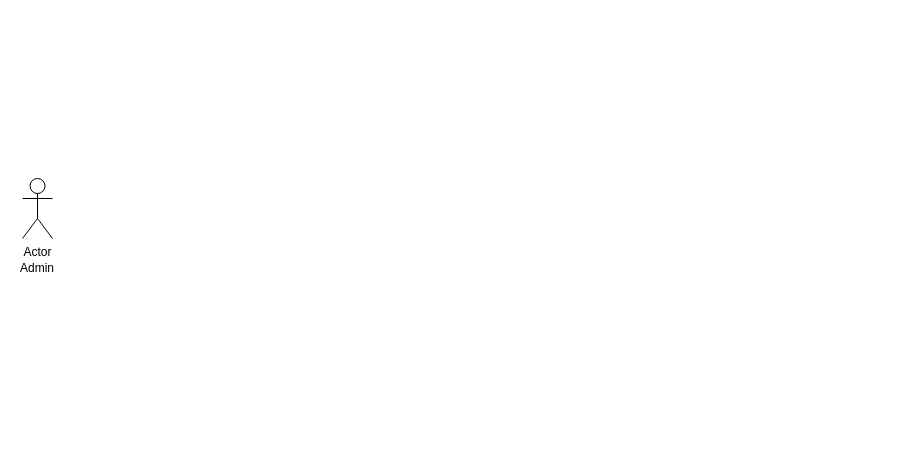
Above: Use Case Diagram.drawio in chengpha/TBD_Group_Project_P2 (draw.io), before the change. Source tidied: cells renumbered, new cells numbered last; positions are measured from the earlier drawing's top-left corner, leaving out a move shared by most shapes. Both pictures are drawn from the tidied source at 100%, with x=0, y=0 at pixel (17, 178).
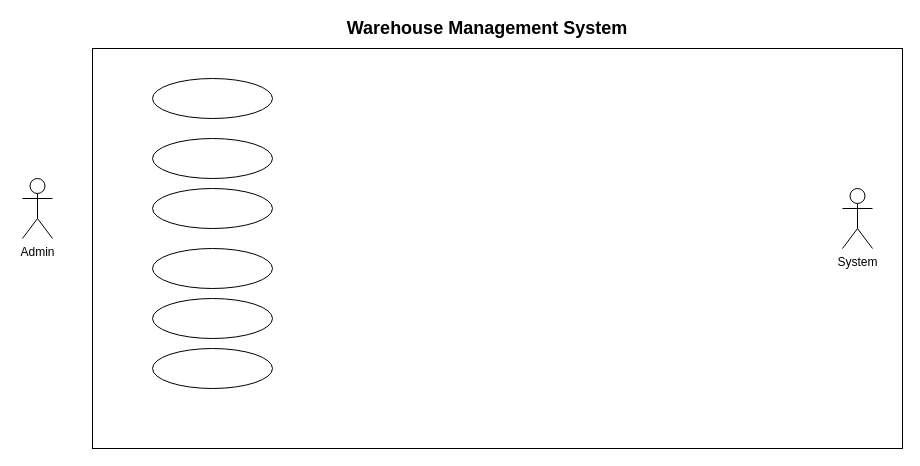
The same page after the edit.

Diff of the diagram source:
```diff
@@
 <mxGraphModel>
   <root>
     <mxCell id="0" />
     <mxCell id="1" parent="0" />
-    <mxCell id="2" value="Actor" style="shape=umlActor;verticalLabelPosition=bottom;labelBackgroundColor=#ffffff;verticalAlign=top;html=1;" parent="1" vertex="1">
+    <mxCell id="2" value="Admin" style="shape=umlActor;verticalLabelPosition=bottom;labelBackgroundColor=#ffffff;verticalAlign=top;html=1;" parent="1" vertex="1">
       <mxGeometry x="5" width="30" height="60" as="geometry" />
     </mxCell>
-    <mxCell id="3" value="Admin" style="text;html=1;strokeColor=none;fillColor=none;align=center;verticalAlign=middle;whiteSpace=wrap;rounded=0;" parent="1" vertex="1">
-      <mxGeometry y="80" width="40" height="20" as="geometry" />
-    </mxCell>
+    <mxCell id="4" style="ellipse;whiteSpace=wrap;html=1;" parent="1" vertex="1">
+      <mxGeometry x="135" y="-100" width="120" height="40" as="geometry" />
+    </mxCell>
+    <mxCell id="5" style="ellipse;whiteSpace=wrap;html=1;" parent="1" vertex="1">
+      <mxGeometry x="135" y="-40" width="120" height="40" as="geometry" />
+    </mxCell>
+    <mxCell id="6" style="ellipse;whiteSpace=wrap;html=1;" parent="1" vertex="1">
+      <mxGeometry x="135" y="10" width="120" height="40" as="geometry" />
+    </mxCell>
+    <mxCell id="7" style="ellipse;whiteSpace=wrap;html=1;" parent="1" vertex="1">
+      <mxGeometry x="135" y="70" width="120" height="40" as="geometry" />
+    </mxCell>
+    <mxCell id="8" style="ellipse;whiteSpace=wrap;html=1;" parent="1" vertex="1">
+      <mxGeometry x="135" y="120" width="120" height="40" as="geometry" />
+    </mxCell>
+    <mxCell id="9" style="ellipse;whiteSpace=wrap;html=1;" parent="1" vertex="1">
+      <mxGeometry x="135" y="170" width="120" height="40" as="geometry" />
+    </mxCell>
+    <mxCell id="10" style="rounded=0;whiteSpace=wrap;html=1;fillColor=none;" parent="1" vertex="1">
+      <mxGeometry x="75" y="-130" width="810" height="400" as="geometry" />
+    </mxCell>
+    <mxCell id="11" value="Warehouse Management System" style="text;html=1;strokeColor=none;fillColor=none;align=center;verticalAlign=middle;whiteSpace=wrap;rounded=0;fontStyle=1;fontSize=18;" parent="1" vertex="1">
+      <mxGeometry x="315" y="-160" width="310" height="20" as="geometry" />
+    </mxCell>
+    <mxCell id="12" value="System" style="shape=umlActor;verticalLabelPosition=bottom;labelBackgroundColor=#ffffff;verticalAlign=top;html=1;fillColor=none;fontSize=12;" parent="1" vertex="1">
+      <mxGeometry x="825" y="10" width="30" height="60" as="geometry" />
+    </mxCell>
   </root>
 </mxGraphModel>
```
